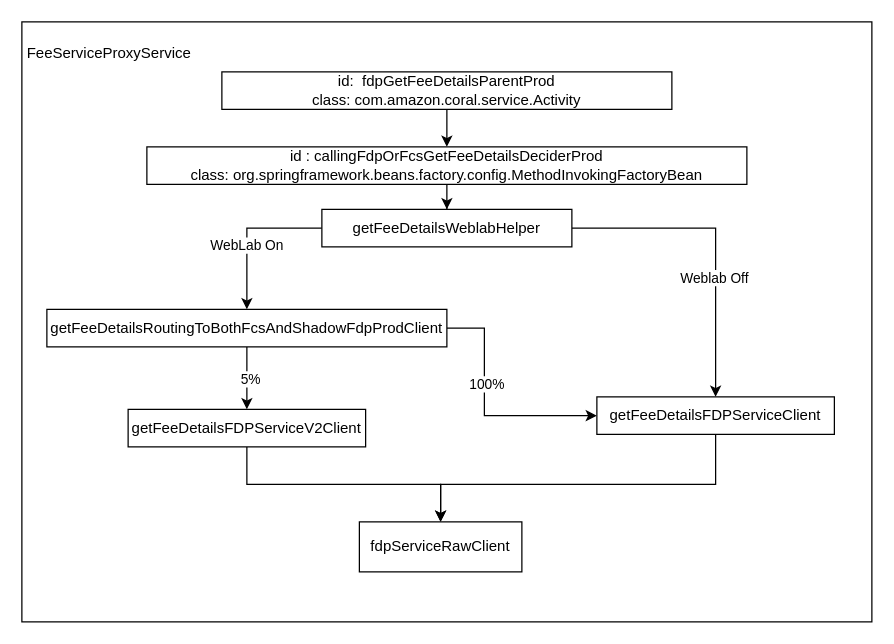
The draw.io diagram Weblab Workflow.drawio in wang2gua/test, before the edit. Source tidied: cells renumbered, new cells numbered last; positions are measured from the earlier drawing's top-left corner, leaving out a move shared by most shapes. Both pictures are drawn from the tidied source at 125%, with x=0, y=0 at pixel (21, 21).
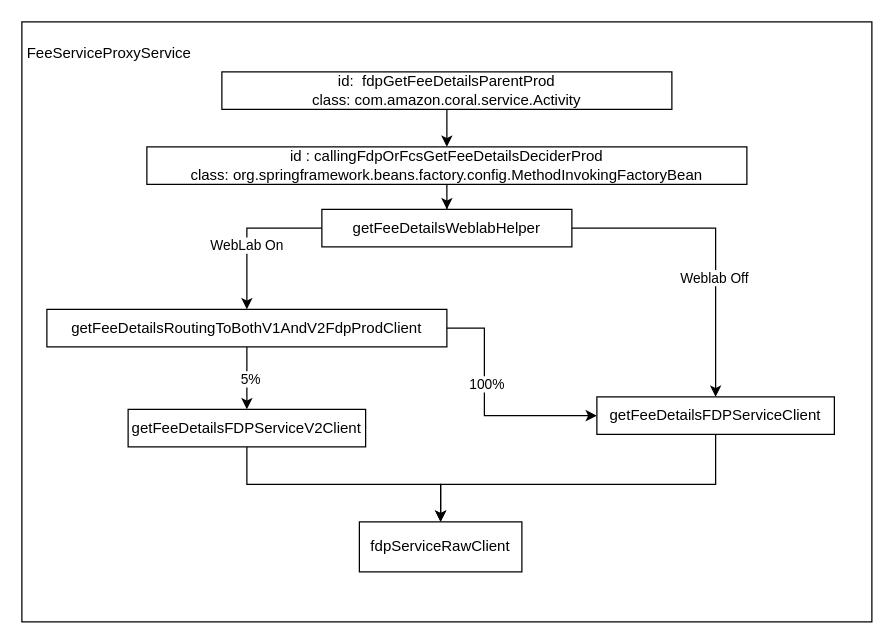
Above is the later version.

Diff of the diagram source:
```diff
@@
-    <mxCell id="12" value="&lt;div&gt;&lt;span&gt;&lt;span class=&quot;s&quot;&gt;getFeeDetailsRoutingToBothFcsAndShadowFdpProdClient&lt;/span&gt;&lt;/span&gt;&lt;/div&gt;" style="rounded=0;whiteSpace=wrap;html=1;" parent="1" vertex="1">
+    <mxCell id="12" value="&lt;div&gt;&lt;span&gt;&lt;span class=&quot;s&quot;&gt;getFeeDetailsRoutingToBothV1AndV2FdpProdClient&lt;/span&gt;&lt;/span&gt;&lt;/div&gt;" style="rounded=0;whiteSpace=wrap;html=1;" parent="1" vertex="1">
       <mxGeometry x="20" y="230" width="320" height="30" as="geometry" />
     </mxCell>
```
